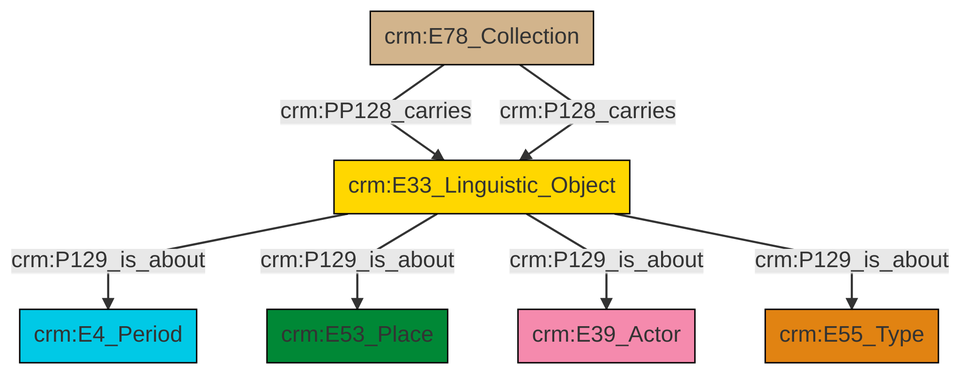
Before: et/archivalCSV/ttl/mmd/png/archival_aboutness.png, a diagram exported from Mermaid (swiss-art-research-net/docs.swissartresearch). Its source is kept beside it as et/archivalCSV/ttl/mmd/archival_aboutness.ttl.mmd.
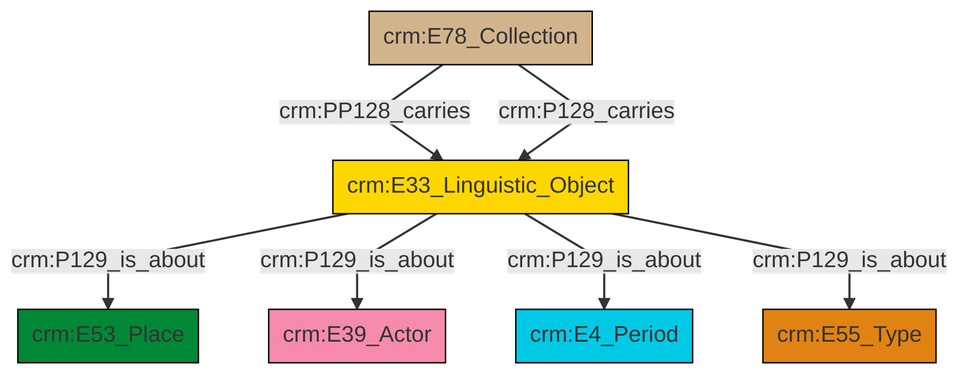
The same diagram one commit later.

What changed in the source:
```diff
@@ -13,9 +13,9 @@
 classDef PC_Classes fill:#4ce600, stroke:#000000;
 classDef Multi fill:#cccccc,stroke:#000000;
 
-2["crm:E33_Linguistic_Object"]:::Conceptual_Object -->|crm:P129_is_about| 3["crm:E4_Period"]:::Temporal_Entity
-4["crm:E78_Collection"]:::Physical_Thing -->|crm:PP128_carries| 2["crm:E33_Linguistic_Object"]:::Conceptual_Object
-4["crm:E78_Collection"]:::Physical_Thing -->|crm:P128_carries| 2["crm:E33_Linguistic_Object"]:::Conceptual_Object
-2["crm:E33_Linguistic_Object"]:::Conceptual_Object -->|crm:P129_is_about| 9["crm:E53_Place"]:::Place
-2["crm:E33_Linguistic_Object"]:::Conceptual_Object -->|crm:P129_is_about| 0["crm:E39_Actor"]:::Actor
-2["crm:E33_Linguistic_Object"]:::Conceptual_Object -->|crm:P129_is_about| 6["crm:E55_Type"]:::Type
+2["crm:E33_Linguistic_Object"]:::Conceptual_Object -->|crm:P129_is_about| 3["crm:E53_Place"]:::Place
+0["crm:E78_Collection"]:::Physical_Thing -->|crm:PP128_carries| 2["crm:E33_Linguistic_Object"]:::Conceptual_Object
+2["crm:E33_Linguistic_Object"]:::Conceptual_Object -->|crm:P129_is_about| 4["crm:E39_Actor"]:::Actor
+2["crm:E33_Linguistic_Object"]:::Conceptual_Object -->|crm:P129_is_about| 6["crm:E4_Period"]:::Temporal_Entity
+2["crm:E33_Linguistic_Object"]:::Conceptual_Object -->|crm:P129_is_about| 9["crm:E55_Type"]:::Type
+0["crm:E78_Collection"]:::Physical_Thing -->|crm:P128_carries| 2["crm:E33_Linguistic_Object"]:::Conceptual_Object
```
